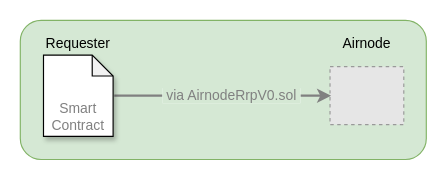
Earlier version of the draw.io diagram docs/reference/airnode/latest/assets/diagrams/requesters-sponsors-1.drawio (api3dao/vitepress-docs). Source tidied: cells renumbered, new cells numbered last; positions are measured from the earlier drawing's top-left corner, leaving out a move shared by most shapes. Both pictures are drawn from the tidied source at 116%, with x=0, y=0 at pixel (20, 20). Pictures stored in the file or linked from it are replaced by grey dashed boxes.
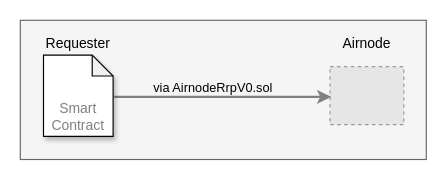
After the change.

Diff of the diagram source:
```diff
@@
 <mxGraphModel>
   <root>
     <mxCell id="0" />
     <mxCell id="1" parent="0" />
-    <mxCell id="2" style="rounded=1;whiteSpace=wrap;html=1;fillColor=#d5e8d4;strokeColor=#82b366;" parent="1" vertex="1">
+    <mxCell id="2" style="rounded=0;whiteSpace=wrap;html=1;fillColor=#f5f5f5;strokeColor=#666666;fontColor=#333333;" parent="1" vertex="1">
       <mxGeometry width="350" height="120" as="geometry" />
     </mxCell>
     <mxCell id="3" style="fillColor=#E6E6E6;strokeColor=#999999;dashed=1;verticalLabelPosition=bottom;verticalAlign=top;" parent="1" vertex="1">
       <mxGeometry x="267" y="40" width="63.6" height="50" as="geometry" />
     </mxCell>
     <mxCell id="4" value="Airnode" style="text;html=1;strokeColor=none;fillColor=none;align=center;verticalAlign=middle;whiteSpace=wrap;rounded=0;" parent="1" vertex="1">
       <mxGeometry x="278.8" y="10" width="40" height="20" as="geometry" />
     </mxCell>
-    <mxCell id="5" value="&lt;font style=&quot;font-size: 12px; background-color: rgb(213, 232, 212); line-height: 1;&quot; color=&quot;#808080&quot;&gt;&amp;nbsp;via AirnodeRrpV0.sol&amp;nbsp;&lt;/font&gt;" style="edgeStyle=orthogonalEdgeStyle;rounded=0;orthogonalLoop=1;jettySize=auto;html=1;entryX=0;entryY=0.5;entryDx=0;entryDy=0;align=left;fontSize=11;strokeWidth=2;strokeColor=#808080;" parent="1" edge="1">
-      <mxGeometry x="-0.57" relative="1" as="geometry">
-        <mxPoint x="81" y="65" as="sourcePoint" />
-        <mxPoint x="268" y="65" as="targetPoint" />
+    <mxCell id="5" value=" via AirnodeRrpV0.sol " style="edgeStyle=orthogonalEdgeStyle;rounded=0;orthogonalLoop=1;jettySize=auto;entryX=0;entryY=0.5;entryDx=0;entryDy=0;align=left;fontSize=11;strokeWidth=2;strokeColor=#808080;labelBackgroundColor=none;html=1;spacing=2;spacingBottom=4;" parent="1" edge="1">
+      <mxGeometry x="-0.69" y="6" relative="1" as="geometry">
+        <mxPoint x="81" y="66" as="sourcePoint" />
+        <mxPoint x="268" y="66" as="targetPoint" />
       </mxGeometry>
     </mxCell>
     <mxCell id="6" value="&lt;font color=&quot;#808080&quot;&gt;Smart Contract&lt;/font&gt;" style="shape=note;whiteSpace=wrap;html=1;backgroundOutline=1;darkOpacity=0.05;verticalAlign=bottom;shadow=1;size=18;" parent="1" vertex="1">
       <mxGeometry x="20" y="30" width="60" height="70" as="geometry" />
     </mxCell>
     <mxCell id="7" value="Requester" style="text;html=1;strokeColor=none;fillColor=none;align=center;verticalAlign=middle;whiteSpace=wrap;rounded=0;" parent="1" vertex="1">
       <mxGeometry x="30" y="10" width="40" height="20" as="geometry" />
     </mxCell>
   </root>
 </mxGraphModel>
```
